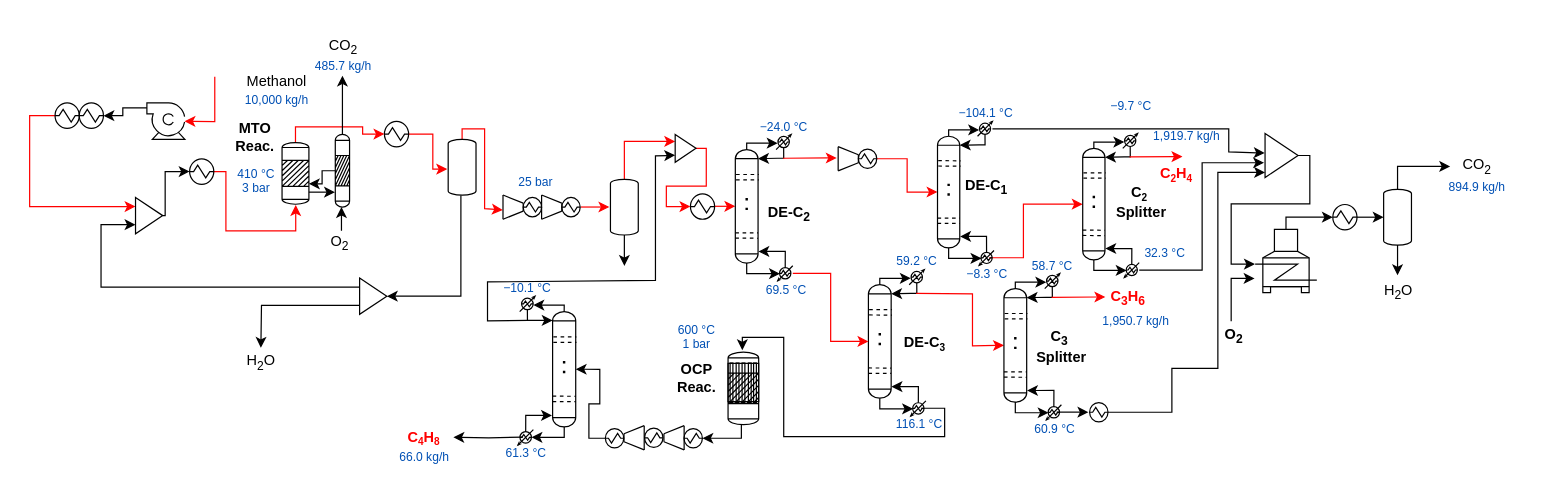
This is 3-IndustrialProcesses/Petrochemical/MethanolToOlefins/Figures/MTO.drawio from dflorez0/IETSTaskXXIVbyIEA, a draw.io file, before an edit. Source tidied: cells renumbered, new cells numbered last; positions are measured from the earlier drawing's top-left corner, leaving out a move shared by most shapes. Both pictures are drawn from the tidied source at 121%, with x=0, y=0 at pixel (29, 35).
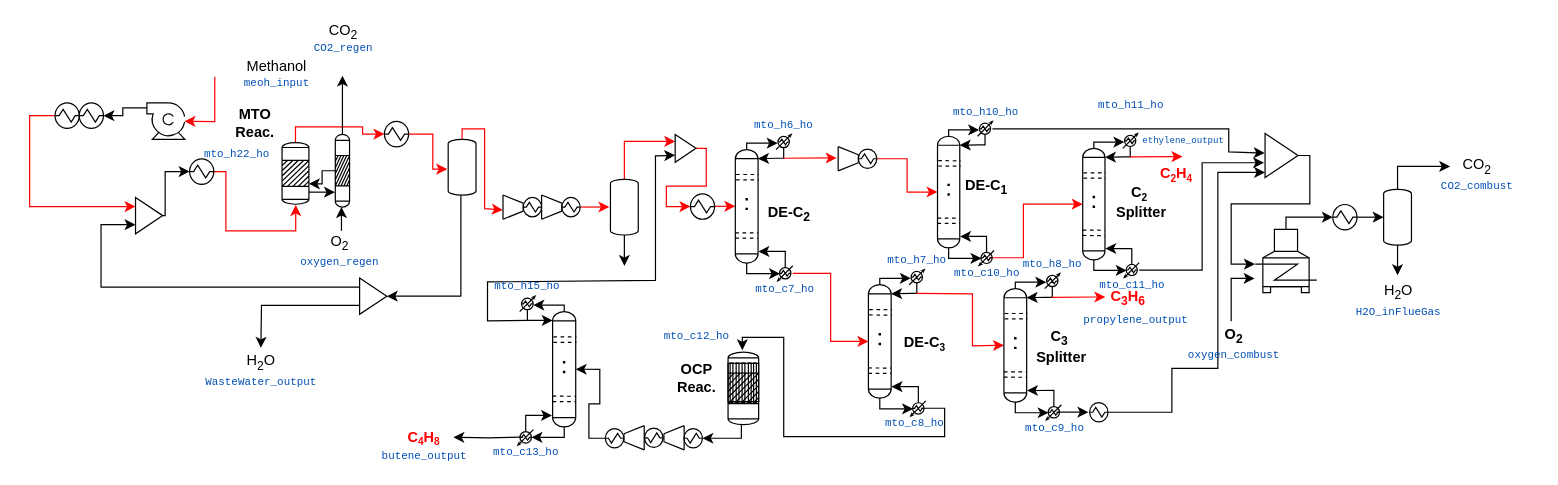
The same diagram, later.

Diff of the diagram source:
```diff
@@
     <mxCell id="12" value="MTO&lt;br&gt;Reac." style="text;html=1;align=center;verticalAlign=middle;strokeColor=none;fillColor=none;fontStyle=1;" parent="1" vertex="1">
-      <mxGeometry x="160.7" y="63.6" width="50" height="41" as="geometry" />
+      <mxGeometry x="160.7" y="51.6" width="50" height="41" as="geometry" />
     </mxCell>
@@
-    <mxCell id="192" value="Methanol&lt;br&gt;&lt;font style=&quot;font-size:10px&quot; color=&quot;#0050B4&quot;&gt;10,000 kg/h&lt;/font&gt;" style="text;html=1;align=center;verticalAlign=middle;strokeColor=none;fillColor=none;fontSize=12;" parent="1" vertex="1">
-      <mxGeometry x="169" y="29" width="70" height="32" as="geometry" />
+    <mxCell id="192" value="Methanol" style="text;html=1;align=center;verticalAlign=middle;strokeColor=none;fillColor=none;fontSize=12;" parent="1" vertex="1">
+      <mxGeometry x="169" y="17" width="70" height="18" as="geometry" />
     </mxCell>
@@
-    <mxCell id="201" value="−24.0 °C" style="text;html=1;align=center;verticalAlign=middle;strokeColor=none;fillColor=none;fontSize=10;fontColor=#0050B4;" parent="1" vertex="1">
-      <mxGeometry x="601.1" y="68.6" width="44" height="12" as="geometry" />
+    <mxCell id="201" value="mto_h6_ho" style="text;html=1;align=center;verticalAlign=middle;strokeColor=none;fillColor=none;fontFamily=Courier New;fontSize=9;fontColor=#0050B4;" parent="1" vertex="1">
+      <mxGeometry x="573.2" y="68.6" width="100" height="12" as="geometry" />
     </mxCell>
-    <mxCell id="202" value="69.5 °C" style="text;html=1;align=center;verticalAlign=middle;strokeColor=none;fillColor=none;fontSize=10;fontColor=#0050B4;" parent="1" vertex="1">
-      <mxGeometry x="602.5" y="203.6" width="44" height="12" as="geometry" />
+    <mxCell id="202" value="mto_c7_ho" style="text;html=1;align=center;verticalAlign=middle;strokeColor=none;fillColor=none;fontFamily=Courier New;fontSize=9;fontColor=#0050B4;" parent="1" vertex="1">
+      <mxGeometry x="574.4" y="203.6" width="100" height="12" as="geometry" />
     </mxCell>
-    <mxCell id="203" value="−104.1 °C" style="text;html=1;align=center;verticalAlign=middle;strokeColor=none;fillColor=none;fontSize=10;fontColor=#0050B4;" parent="1" vertex="1">
-      <mxGeometry x="767.5" y="57.8" width="44" height="12" as="geometry" />
+    <mxCell id="203" value="mto_h10_ho" style="text;html=1;align=center;verticalAlign=middle;strokeColor=none;fillColor=none;fontFamily=Courier New;fontSize=9;fontColor=#0050B4;" parent="1" vertex="1">
+      <mxGeometry x="739.5" y="57.8" width="100" height="12" as="geometry" />
     </mxCell>
-    <mxCell id="204" value="−8.3 °C" style="text;html=1;align=center;verticalAlign=middle;strokeColor=none;fillColor=none;fontSize=10;fontColor=#0050B4;" parent="1" vertex="1">
-      <mxGeometry x="769" y="190.8" width="44" height="12" as="geometry" />
+    <mxCell id="204" value="mto_c10_ho" style="text;html=1;align=center;verticalAlign=middle;strokeColor=none;fillColor=none;fontFamily=Courier New;fontSize=9;fontColor=#0050B4;" parent="1" vertex="1">
+      <mxGeometry x="741" y="190.8" width="100" height="12" as="geometry" />
     </mxCell>
-    <mxCell id="205" value="−9.7 °C" style="text;html=1;align=center;verticalAlign=middle;strokeColor=none;fillColor=none;fontSize=10;fontColor=#0050B4;" parent="1" vertex="1">
-      <mxGeometry x="887.5" y="52" width="44" height="12" as="geometry" />
+    <mxCell id="205" value="mto_h11_ho" style="text;html=1;align=center;verticalAlign=middle;strokeColor=none;fillColor=none;fontFamily=Courier New;fontSize=9;fontColor=#0050B4;" parent="1" vertex="1">
+      <mxGeometry x="859.5" y="52" width="100" height="12" as="geometry" />
     </mxCell>
-    <mxCell id="206" value="32.3 °C" style="text;html=1;align=center;verticalAlign=middle;strokeColor=none;fillColor=none;fontSize=10;fontColor=#0050B4;" parent="1" vertex="1">
-      <mxGeometry x="916" y="173" width="44" height="12" as="geometry" />
+    <mxCell id="206" value="mto_c11_ho" style="text;html=1;align=center;verticalAlign=middle;strokeColor=none;fillColor=none;fontFamily=Courier New;fontSize=9;fontColor=#0050B4;" parent="1" vertex="1">
+      <mxGeometry x="861" y="201" width="100" height="12" as="geometry" />
     </mxCell>
-    <mxCell id="207" value="59.2 °C" style="text;html=1;align=center;verticalAlign=middle;strokeColor=none;fillColor=none;fontSize=10;fontColor=#0050B4;" parent="1" vertex="1">
-      <mxGeometry x="711.1" y="180.3" width="44" height="12" as="geometry" />
+    <mxCell id="207" value="mto_h7_ho" style="text;html=1;align=center;verticalAlign=middle;strokeColor=none;fillColor=none;fontFamily=Courier New;fontSize=9;fontColor=#0050B4;" parent="1" vertex="1">
+      <mxGeometry x="683.2" y="180.3" width="100" height="12" as="geometry" />
     </mxCell>
-    <mxCell id="208" value="116.1 °C" style="text;html=1;align=center;verticalAlign=middle;strokeColor=none;fillColor=none;fontSize=10;fontColor=#0050B4;" parent="1" vertex="1">
-      <mxGeometry x="712.5" y="315.3" width="44" height="12" as="geometry" />
+    <mxCell id="208" value="mto_c8_ho" style="text;html=1;align=right;verticalAlign=middle;strokeColor=none;fillColor=none;fontFamily=Courier New;fontSize=9;fontColor=#0050B4;" parent="1" vertex="1">
+      <mxGeometry x="657" y="315.3" width="100" height="12" as="geometry" />
     </mxCell>
-    <mxCell id="209" value="58.7 °C" style="text;html=1;align=center;verticalAlign=middle;strokeColor=none;fillColor=none;fontSize=10;fontColor=#0050B4;" parent="1" vertex="1">
-      <mxGeometry x="823.1" y="183.5" width="44" height="12" as="geometry" />
+    <mxCell id="209" value="mto_h8_ho" style="text;html=1;align=center;verticalAlign=middle;strokeColor=none;fillColor=none;fontFamily=Courier New;fontSize=9;fontColor=#0050B4;" parent="1" vertex="1">
+      <mxGeometry x="795.2" y="183.5" width="100" height="12" as="geometry" />
     </mxCell>
-    <mxCell id="210" value="60.9 °C" style="text;html=1;align=center;verticalAlign=middle;strokeColor=none;fillColor=none;fontSize=10;fontColor=#0050B4;" parent="1" vertex="1">
-      <mxGeometry x="824.5" y="318.5" width="44" height="12" as="geometry" />
+    <mxCell id="210" value="mto_c9_ho" style="text;html=1;align=center;verticalAlign=middle;strokeColor=none;fillColor=none;fontFamily=Courier New;fontSize=9;fontColor=#0050B4;" parent="1" vertex="1">
+      <mxGeometry x="796.5" y="318.5" width="100" height="12" as="geometry" />
     </mxCell>
-    <mxCell id="211" value="−10.1 °C" style="text;html=1;align=center;verticalAlign=middle;strokeColor=none;fillColor=none;fontSize=10;fontColor=#0050B4;" parent="1" vertex="1">
-      <mxGeometry x="389.4" y="202.3" width="44" height="12" as="geometry" />
+    <mxCell id="211" value="mto_h15_ho" style="text;html=1;align=center;verticalAlign=middle;strokeColor=none;fillColor=none;fontFamily=Courier New;fontSize=9;fontColor=#0050B4;" parent="1" vertex="1">
+      <mxGeometry x="361.4" y="202.3" width="100" height="12" as="geometry" />
     </mxCell>
-    <mxCell id="212" value="61.3 °C" style="text;html=1;align=center;verticalAlign=middle;strokeColor=none;fillColor=none;fontSize=10;fontColor=#0050B4;" parent="1" vertex="1">
-      <mxGeometry x="388" y="339.3" width="44" height="12" as="geometry" />
+    <mxCell id="212" value="mto_c13_ho" style="text;html=1;align=center;verticalAlign=middle;strokeColor=none;fillColor=none;fontFamily=Courier New;fontSize=9;fontColor=#0050B4;" parent="1" vertex="1">
+      <mxGeometry x="360" y="339.3" width="100" height="12" as="geometry" />
     </mxCell>
-    <mxCell id="213" value="410 °C&lt;br&gt;3 bar" style="text;html=1;align=center;verticalAlign=middle;strokeColor=none;fillColor=none;fontSize=10;fontColor=#0050B4;" parent="1" vertex="1">
-      <mxGeometry x="167" y="106" width="40" height="28" as="geometry" />
+    <mxCell id="213" value="mto_h22_ho" style="text;html=1;align=center;verticalAlign=middle;strokeColor=none;fillColor=none;fontFamily=Courier New;fontSize=9;fontColor=#0050B4;" parent="1" vertex="1">
+      <mxGeometry x="121" y="93" width="100" height="12" as="geometry" />
     </mxCell>
-    <mxCell id="214" value="600 °C&lt;br&gt;1 bar" style="text;html=1;align=center;verticalAlign=middle;strokeColor=none;fillColor=none;fontSize=10;fontColor=#0050B4;" parent="1" vertex="1">
-      <mxGeometry x="526.4" y="235" width="50" height="28" as="geometry" />
+    <mxCell id="214" value="mto_c12_ho" style="text;html=1;align=center;verticalAlign=middle;strokeColor=none;fillColor=none;fontFamily=Courier New;fontSize=9;fontColor=#0050B4;" parent="1" vertex="1">
+      <mxGeometry x="501.4" y="243" width="100" height="12" as="geometry" />
     </mxCell>
@@
-    <mxCell id="216" value="CO&lt;sub&gt;2&lt;/sub&gt;&lt;br&gt;&lt;font style=&quot;font-size:10px&quot; color=&quot;#0050B4&quot;&gt;485.7 kg/h&lt;/font&gt;" style="text;html=1;align=center;verticalAlign=middle;strokeColor=none;fillColor=none;" parent="1" vertex="1">
-      <mxGeometry x="230.5" width="56" height="32" as="geometry" />
+    <mxCell id="216" value="CO&lt;sub&gt;2&lt;/sub&gt;" style="text;html=1;align=center;verticalAlign=middle;strokeColor=none;fillColor=none;" parent="1" vertex="1">
+      <mxGeometry x="230.5" y="-12" width="56" height="18" as="geometry" />
     </mxCell>
-    <mxCell id="217" value="1,919.7 kg/h" style="text;html=1;align=center;verticalAlign=middle;strokeColor=none;fillColor=none;fontSize=10;fontColor=#0050B4;" parent="1" vertex="1">
-      <mxGeometry x="925" y="76" width="62" height="14" as="geometry" />
+    <mxCell id="217" value="ethylene_output" style="text;html=1;align=left;verticalAlign=middle;strokeColor=none;fillColor=none;fontFamily=Courier New;fontSize=7.5;fontColor=#0050B4;" parent="1" vertex="1">
+      <mxGeometry x="918" y="81" width="100" height="12" as="geometry" />
     </mxCell>
-    <mxCell id="218" value="1,950.7 kg/h" style="text;html=1;align=center;verticalAlign=middle;strokeColor=none;fillColor=none;fontSize=10;fontColor=#0050B4;" parent="1" vertex="1">
-      <mxGeometry x="883" y="229" width="62" height="14" as="geometry" />
+    <mxCell id="218" value="propylene_output" style="text;html=1;align=center;verticalAlign=middle;strokeColor=none;fillColor=none;fontFamily=Courier New;fontSize=9;fontColor=#0050B4;" parent="1" vertex="1">
+      <mxGeometry x="864" y="230" width="100" height="12" as="geometry" />
     </mxCell>
-    <mxCell id="219" value="66.0 kg/h" style="text;html=1;align=center;verticalAlign=middle;strokeColor=none;fillColor=none;fontSize=10;fontColor=#0050B4;" parent="1" vertex="1">
-      <mxGeometry x="296.2" y="341" width="60" height="14" as="geometry" />
+    <mxCell id="219" value="butene_output" style="text;html=1;align=center;verticalAlign=middle;strokeColor=none;fillColor=none;fontFamily=Courier New;fontSize=9;fontColor=#0050B4;" parent="1" vertex="1">
+      <mxGeometry x="276.2" y="342" width="100" height="12" as="geometry" />
     </mxCell>
-    <mxCell id="220" value="894.9 kg/h" style="text;html=1;align=center;verticalAlign=middle;strokeColor=none;fillColor=none;fontSize=10;fontColor=#0050B4;" parent="1" vertex="1">
-      <mxGeometry x="1166" y="118" width="60" height="14" as="geometry" />
+    <mxCell id="220" value="CO2_combust" style="text;html=1;align=center;verticalAlign=middle;strokeColor=none;fillColor=none;fontFamily=Courier New;fontSize=9;fontColor=#0050B4;" parent="1" vertex="1">
+      <mxGeometry x="1146" y="119" width="100" height="12" as="geometry" />
     </mxCell>
-    <mxCell id="221" value="25 bar" style="text;html=1;align=center;verticalAlign=middle;strokeColor=none;fillColor=none;fontSize=10;fontColor=#0050B4;" parent="1" vertex="1">
-      <mxGeometry x="398" y="114" width="40" height="14" as="geometry" />
-    </mxCell>
+    <mxCell id="222" value="meoh_input" style="text;html=1;strokeColor=none;fillColor=none;align=center;verticalAlign=middle;fontFamily=Courier New;fontSize=9;fontColor=#0050B4;" parent="1" vertex="1">
+      <mxGeometry x="154" y="34" width="100" height="12" as="geometry" />
+    </mxCell>
+    <mxCell id="223" value="CO2_regen" style="text;html=1;strokeColor=none;fillColor=none;align=center;verticalAlign=middle;fontFamily=Courier New;fontSize=9;fontColor=#0050B4;" parent="1" vertex="1">
+      <mxGeometry x="208.5" y="5" width="100" height="12" as="geometry" />
+    </mxCell>
+    <mxCell id="224" value="oxygen_regen" style="text;html=1;strokeColor=none;fillColor=none;align=center;verticalAlign=middle;fontFamily=Courier New;fontSize=9;fontColor=#0050B4;" parent="1" vertex="1">
+      <mxGeometry x="206.2" y="181.5" width="100" height="12" as="geometry" />
+    </mxCell>
+    <mxCell id="225" value="oxygen_combust" style="text;html=1;strokeColor=none;fillColor=none;align=center;verticalAlign=middle;fontFamily=Courier New;fontSize=9;fontColor=#0050B4;" parent="1" vertex="1">
+      <mxGeometry x="945" y="259" width="100" height="12" as="geometry" />
+    </mxCell>
+    <mxCell id="226" value="H2O_inFlueGas" style="text;html=1;strokeColor=none;fillColor=none;align=center;verticalAlign=middle;fontFamily=Courier New;fontSize=9;fontColor=#0050B4;" parent="1" vertex="1">
+      <mxGeometry x="1080.5" y="223" width="100" height="12" as="geometry" />
+    </mxCell>
+    <mxCell id="227" value="WasteWater_output" style="text;html=1;strokeColor=none;fillColor=none;align=center;verticalAlign=middle;fontFamily=Courier New;fontSize=9;fontColor=#0050B4;" parent="1" vertex="1">
+      <mxGeometry x="141.2" y="281.3" width="100" height="12" as="geometry" />
+    </mxCell>
```
